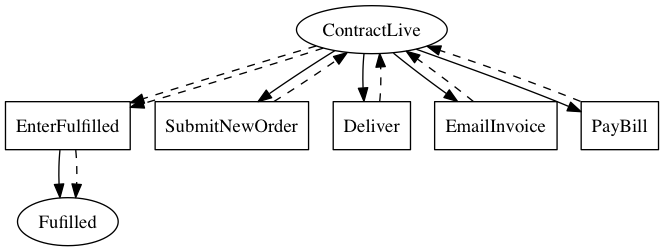
Marcao02/complaw-deeptech keeps this Graphviz diagram as linear_state_machine_language/pyL4/examples_graphviz_out/hvitved_master_sales_agreement_full_without_future_obligations.png. Above is the earlier version. Its source is kept beside it as linear_state_machine_language/pyL4/examples_graphviz_out/hvitved_master_sales_agreement_full_without_future_obligations.dot.
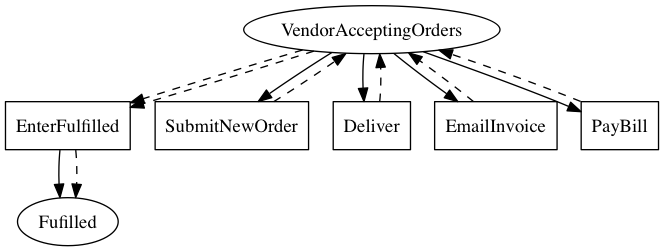
After the change.

What changed in the source:
```diff
@@ -1,7 +1,7 @@
 
 digraph Master_Sales_Agreement {
     Fulfilled[label=Fufilled];
-    ContractLive[label=ContractLive]
+    VendorAcceptingOrders[label=VendorAcceptingOrders]
 
     EnterFulfilled[label=EnterFufilled,shape=box];
     EnterFulfilled[label=EnterFulfilled,shape=box];
@@ -12,18 +12,18 @@
 
     EnterFulfilled -> Fulfilled;
 
-    ContractLive -> SubmitNewOrder;
-	ContractLive -> PayBill;
-	ContractLive -> Deliver;
-	ContractLive -> EmailInvoice;
-	ContractLive -> EnterFulfilled [style=dashed];
-	ContractLive -> EnterFulfilled [style=dashed]
+    VendorAcceptingOrders -> SubmitNewOrder;
+	VendorAcceptingOrders -> PayBill;
+	VendorAcceptingOrders -> Deliver;
+	VendorAcceptingOrders -> EmailInvoice;
+	VendorAcceptingOrders -> EnterFulfilled [style=dashed];
+	VendorAcceptingOrders -> EnterFulfilled [style=dashed]
 
     EnterFulfilled -> Fulfilled [style=dashed];
-	SubmitNewOrder -> ContractLive [style=dashed];
-	Deliver -> ContractLive [style=dashed];
-	EmailInvoice -> ContractLive [style=dashed];
-	PayBill -> ContractLive [style=dashed];
+	SubmitNewOrder -> VendorAcceptingOrders [style=dashed];
+	Deliver -> VendorAcceptingOrders [style=dashed];
+	EmailInvoice -> VendorAcceptingOrders [style=dashed];
+	PayBill -> VendorAcceptingOrders [style=dashed];
 
 
 
```
